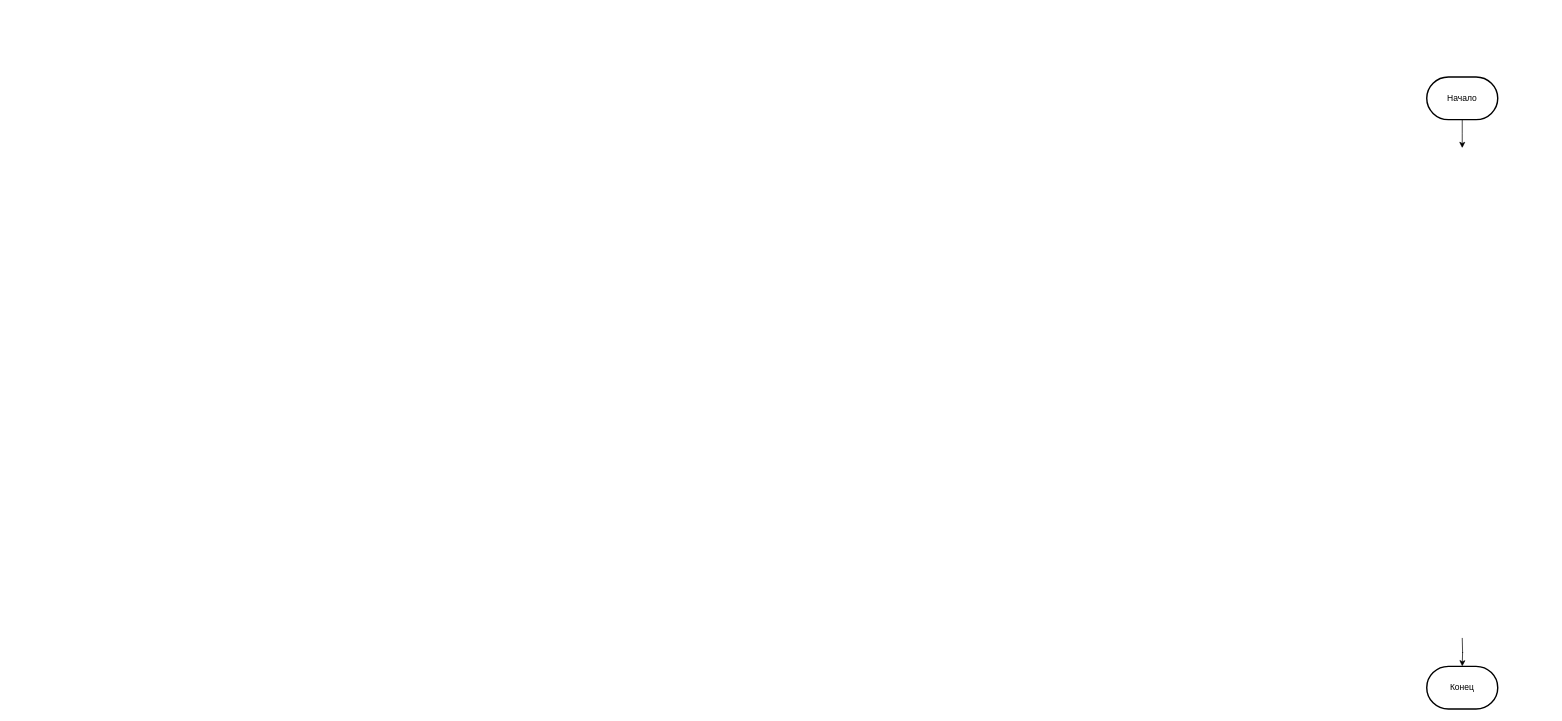
This is TestSQL/Panin_PA.drawio from dyukoffv4/KustKust, a draw.io file, before an edit. Source tidied: cells renumbered, new cells numbered last; positions are measured from the earlier drawing's top-left corner, leaving out a move shared by most shapes. Both pictures are drawn from the tidied source at 71%, with x=0, y=0 at pixel (1426, 77).
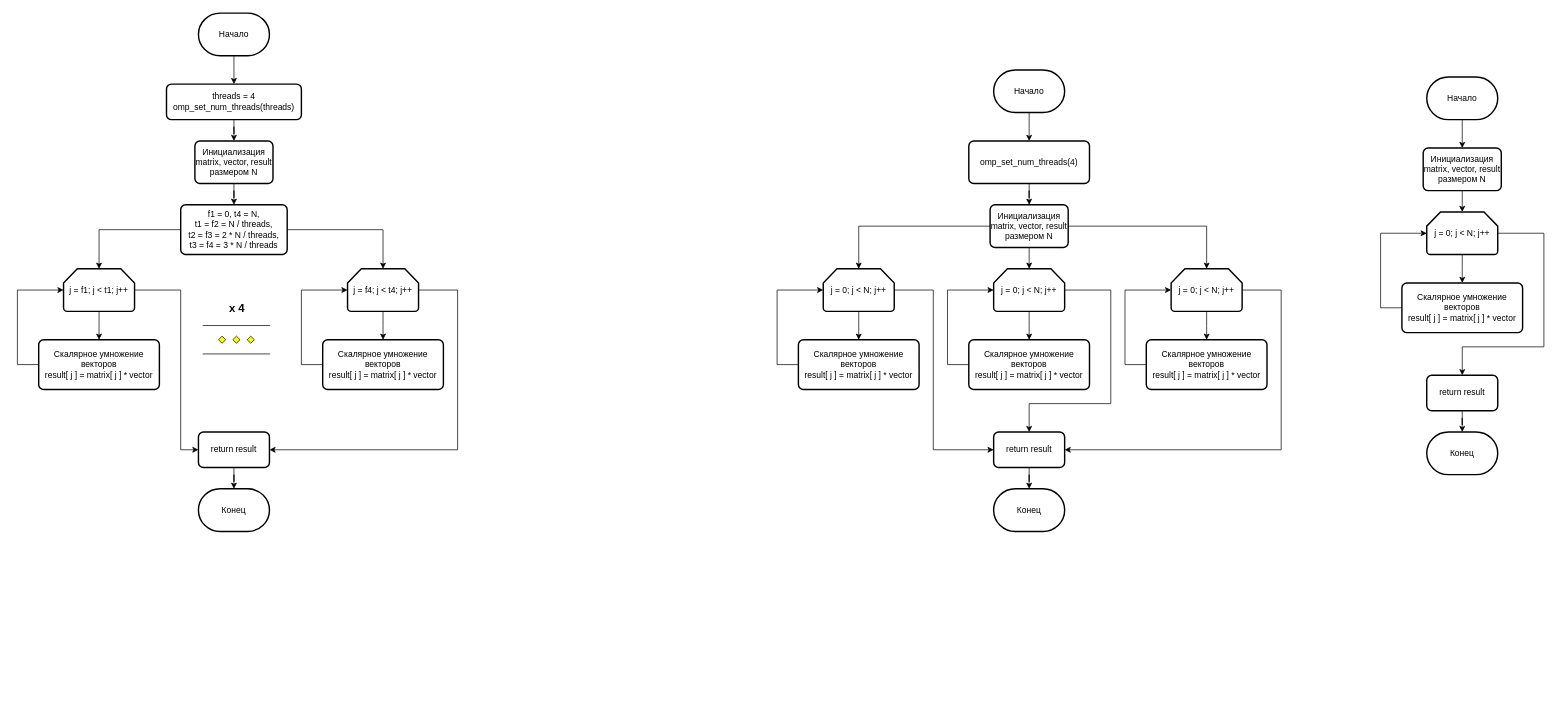
Above is the later version.

The change refers to these unchanged cells:
```xml
<mxCell id="3" value="Начало" style="strokeWidth=2;html=1;shape=mxgraph.flowchart.terminator;whiteSpace=wrap;" parent="1" vertex="1">
  <mxGeometry width="100" height="60" as="geometry" />
</mxCell>
```

Change to the diagram source:
```diff
@@
-    <mxCell id="2" style="edgeStyle=orthogonalEdgeStyle;rounded=0;jettySize=auto;html=1;" parent="1" edge="1" source="3">
-      <mxGeometry relative="1" as="geometry">
-        <mxPoint x="50" y="100" as="targetPoint" />
-      </mxGeometry>
-    </mxCell>
+    <mxCell id="6" style="edgeStyle=orthogonalEdgeStyle;rounded=0;jettySize=auto;html=1;entryX=0.5;entryY=0;entryDx=0;entryDy=0;" parent="1" edge="1" source="3" target="8">
+      <mxGeometry relative="1" as="geometry" />
+    </mxCell>
@@
-    <mxCell id="4" value="Конец" style="strokeWidth=2;html=1;shape=mxgraph.flowchart.terminator;whiteSpace=wrap;" parent="1" vertex="1">
-      <mxGeometry y="830" width="100" height="60" as="geometry" />
-    </mxCell>
-    <mxCell id="5" style="edgeStyle=orthogonalEdgeStyle;rounded=0;orthogonalLoop=1;jettySize=auto;html=1;entryX=0.5;entryY=0;entryDx=0;entryDy=0;entryPerimeter=0;" parent="1" edge="1">
-      <mxGeometry relative="1" as="geometry">
-        <mxPoint x="50" y="790" as="sourcePoint" />
-        <mxPoint x="50" y="830" as="targetPoint" />
-      </mxGeometry>
-    </mxCell>
+    <mxCell id="7" style="edgeStyle=orthogonalEdgeStyle;rounded=0;jettySize=auto;html=1;" parent="1" edge="1" source="8">
+      <mxGeometry relative="1" as="geometry">
+        <mxPoint x="50" y="190" as="targetPoint" />
+      </mxGeometry>
+    </mxCell>
+    <mxCell id="8" value="Инициализация&lt;br&gt;matrix, vector, result размером N" style="rounded=1;whiteSpace=wrap;html=1;absoluteArcSize=1;arcSize=14;strokeWidth=2;" parent="1" vertex="1">
+      <mxGeometry x="-5" y="100" width="110" height="60" as="geometry" />
+    </mxCell>
+    <mxCell id="9" style="edgeStyle=orthogonalEdgeStyle;rounded=0;jettySize=auto;html=1;" parent="1" edge="1" source="11">
+      <mxGeometry relative="1" as="geometry">
+        <mxPoint x="50" y="290" as="targetPoint" />
+      </mxGeometry>
+    </mxCell>
+    <mxCell id="10" style="edgeStyle=orthogonalEdgeStyle;rounded=0;jettySize=auto;html=1;" parent="1" edge="1" source="11">
+      <mxGeometry relative="1" as="geometry">
+        <mxPoint x="50" y="420" as="targetPoint" />
+        <Array as="points">
+          <mxPoint x="165" y="220" />
+          <mxPoint x="165" y="380" />
+          <mxPoint x="50" y="380" />
+        </Array>
+      </mxGeometry>
+    </mxCell>
+    <mxCell id="11" value="j = 0; j &amp;lt; N; j++" style="strokeWidth=2;html=1;shape=mxgraph.flowchart.loop_limit;whiteSpace=wrap;" parent="1" vertex="1">
+      <mxGeometry y="190" width="100" height="60" as="geometry" />
+    </mxCell>
+    <mxCell id="12" value="Скалярное умножение векторов&lt;br&gt;result[ j ] = matrix[ j ] * vector" style="rounded=1;whiteSpace=wrap;html=1;absoluteArcSize=1;arcSize=14;strokeWidth=2;" parent="1" vertex="1">
+      <mxGeometry x="-35" y="290" width="170" height="70" as="geometry" />
+    </mxCell>
+    <mxCell id="13" style="edgeStyle=orthogonalEdgeStyle;rounded=0;jettySize=auto;html=1;entryX=0;entryY=0.5;entryDx=0;entryDy=0;entryPerimeter=0;" parent="1" edge="1" source="12" target="11">
+      <mxGeometry relative="1" as="geometry">
+        <Array as="points">
+          <mxPoint x="-65" y="325" />
+          <mxPoint x="-65" y="220" />
+        </Array>
+      </mxGeometry>
+    </mxCell>
+    <mxCell id="14" value="return result" style="rounded=1;whiteSpace=wrap;html=1;absoluteArcSize=1;arcSize=14;strokeWidth=2;" parent="1" vertex="1">
+      <mxGeometry y="420" width="100" height="50" as="geometry" />
+    </mxCell>
+    <mxCell id="15" value="Конец" style="strokeWidth=2;html=1;shape=mxgraph.flowchart.terminator;whiteSpace=wrap;" parent="1" vertex="1">
+      <mxGeometry y="500" width="100" height="60" as="geometry" />
+    </mxCell>
+    <mxCell id="16" style="edgeStyle=orthogonalEdgeStyle;rounded=0;jettySize=auto;html=1;entryX=0.5;entryY=0;entryDx=0;entryDy=0;entryPerimeter=0;" parent="1" edge="1" source="14" target="15">
+      <mxGeometry relative="1" as="geometry" />
+    </mxCell>
+    <mxCell id="17" style="edgeStyle=orthogonalEdgeStyle;rounded=0;jettySize=auto;html=1;entryX=0.5;entryY=0;entryDx=0;entryDy=0;" parent="1" edge="1" source="18" target="32">
+      <mxGeometry relative="1" as="geometry" />
+    </mxCell>
+    <mxCell id="18" value="Начало" style="strokeWidth=2;html=1;shape=mxgraph.flowchart.terminator;whiteSpace=wrap;" parent="1" vertex="1">
+      <mxGeometry x="-610" y="-10" width="100" height="60" as="geometry" />
+    </mxCell>
+    <mxCell id="19" style="edgeStyle=orthogonalEdgeStyle;rounded=0;jettySize=auto;html=1;" parent="1" edge="1" source="22">
+      <mxGeometry relative="1" as="geometry">
+        <mxPoint x="-560" y="270" as="targetPoint" />
+      </mxGeometry>
+    </mxCell>
+    <mxCell id="20" style="edgeStyle=orthogonalEdgeStyle;rounded=0;jettySize=auto;html=1;" parent="1" edge="1" source="22" target="35">
+      <mxGeometry relative="1" as="geometry" />
+    </mxCell>
+    <mxCell id="21" style="edgeStyle=orthogonalEdgeStyle;rounded=0;jettySize=auto;html=1;" parent="1" edge="1" source="22" target="40">
+      <mxGeometry relative="1" as="geometry" />
+    </mxCell>
+    <mxCell id="22" value="Инициализация&lt;br&gt;matrix, vector, result размером N" style="rounded=1;whiteSpace=wrap;html=1;absoluteArcSize=1;arcSize=14;strokeWidth=2;" parent="1" vertex="1">
+      <mxGeometry x="-615" y="180" width="110" height="60" as="geometry" />
+    </mxCell>
+    <mxCell id="23" style="edgeStyle=orthogonalEdgeStyle;rounded=0;jettySize=auto;html=1;" parent="1" edge="1" source="25">
+      <mxGeometry relative="1" as="geometry">
+        <mxPoint x="-560" y="370" as="targetPoint" />
+      </mxGeometry>
+    </mxCell>
+    <mxCell id="24" style="edgeStyle=orthogonalEdgeStyle;rounded=0;jettySize=auto;html=1;" parent="1" edge="1" source="25">
+      <mxGeometry relative="1" as="geometry">
+        <mxPoint x="-560" y="500" as="targetPoint" />
+        <Array as="points">
+          <mxPoint x="-445" y="300" />
+          <mxPoint x="-445" y="460" />
+          <mxPoint x="-560" y="460" />
+        </Array>
+      </mxGeometry>
+    </mxCell>
+    <mxCell id="25" value="j = 0; j &amp;lt; N; j++" style="strokeWidth=2;html=1;shape=mxgraph.flowchart.loop_limit;whiteSpace=wrap;" parent="1" vertex="1">
+      <mxGeometry x="-610" y="270" width="100" height="60" as="geometry" />
+    </mxCell>
+    <mxCell id="26" value="Скалярное умножение векторов&lt;br&gt;result[ j ] = matrix[ j ] * vector" style="rounded=1;whiteSpace=wrap;html=1;absoluteArcSize=1;arcSize=14;strokeWidth=2;" parent="1" vertex="1">
+      <mxGeometry x="-645" y="370" width="170" height="70" as="geometry" />
+    </mxCell>
+    <mxCell id="27" style="edgeStyle=orthogonalEdgeStyle;rounded=0;jettySize=auto;html=1;entryX=0;entryY=0.5;entryDx=0;entryDy=0;entryPerimeter=0;" parent="1" edge="1" source="26" target="25">
+      <mxGeometry relative="1" as="geometry">
+        <Array as="points">
+          <mxPoint x="-675" y="405" />
+          <mxPoint x="-675" y="300" />
+        </Array>
+      </mxGeometry>
+    </mxCell>
+    <mxCell id="28" value="return result" style="rounded=1;whiteSpace=wrap;html=1;absoluteArcSize=1;arcSize=14;strokeWidth=2;" parent="1" vertex="1">
+      <mxGeometry x="-610" y="500" width="100" height="50" as="geometry" />
+    </mxCell>
+    <mxCell id="29" value="Конец" style="strokeWidth=2;html=1;shape=mxgraph.flowchart.terminator;whiteSpace=wrap;" parent="1" vertex="1">
+      <mxGeometry x="-610" y="580" width="100" height="60" as="geometry" />
+    </mxCell>
+    <mxCell id="30" style="edgeStyle=orthogonalEdgeStyle;rounded=0;jettySize=auto;html=1;entryX=0.5;entryY=0;entryDx=0;entryDy=0;entryPerimeter=0;" parent="1" edge="1" source="28" target="29">
+      <mxGeometry relative="1" as="geometry" />
+    </mxCell>
+    <mxCell id="31" style="edgeStyle=orthogonalEdgeStyle;rounded=0;jettySize=auto;html=1;" parent="1" edge="1" source="32" target="22">
+      <mxGeometry relative="1" as="geometry" />
+    </mxCell>
+    <mxCell id="32" value="omp_set_num_threads(4)" style="rounded=1;whiteSpace=wrap;html=1;absoluteArcSize=1;arcSize=14;strokeWidth=2;" parent="1" vertex="1">
+      <mxGeometry x="-645" y="90" width="170" height="60" as="geometry" />
+    </mxCell>
+    <mxCell id="33" style="edgeStyle=orthogonalEdgeStyle;rounded=0;jettySize=auto;html=1;" parent="1" edge="1" source="35">
+      <mxGeometry relative="1" as="geometry">
+        <mxPoint x="-800" y="370" as="targetPoint" />
+      </mxGeometry>
+    </mxCell>
+    <mxCell id="34" style="edgeStyle=orthogonalEdgeStyle;rounded=0;jettySize=auto;html=1;entryX=0;entryY=0.5;entryDx=0;entryDy=0;" parent="1" edge="1" source="35" target="28">
+      <mxGeometry relative="1" as="geometry">
+        <Array as="points">
+          <mxPoint x="-695" y="300" />
+          <mxPoint x="-695" y="525" />
+        </Array>
+      </mxGeometry>
+    </mxCell>
+    <mxCell id="35" value="j = 0; j &amp;lt; N; j++" style="strokeWidth=2;html=1;shape=mxgraph.flowchart.loop_limit;whiteSpace=wrap;" parent="1" vertex="1">
+      <mxGeometry x="-850" y="270" width="100" height="60" as="geometry" />
+    </mxCell>
+    <mxCell id="36" value="Скалярное умножение векторов&lt;br&gt;result[ j ] = matrix[ j ] * vector" style="rounded=1;whiteSpace=wrap;html=1;absoluteArcSize=1;arcSize=14;strokeWidth=2;" parent="1" vertex="1">
+      <mxGeometry x="-885" y="370" width="170" height="70" as="geometry" />
+    </mxCell>
+    <mxCell id="37" style="edgeStyle=orthogonalEdgeStyle;rounded=0;jettySize=auto;html=1;entryX=0;entryY=0.5;entryDx=0;entryDy=0;entryPerimeter=0;" parent="1" edge="1" source="36" target="35">
+      <mxGeometry relative="1" as="geometry">
+        <Array as="points">
+          <mxPoint x="-915" y="405" />
+          <mxPoint x="-915" y="300" />
+        </Array>
+      </mxGeometry>
+    </mxCell>
+    <mxCell id="38" style="edgeStyle=orthogonalEdgeStyle;rounded=0;jettySize=auto;html=1;" parent="1" edge="1" source="40">
+      <mxGeometry relative="1" as="geometry">
+        <mxPoint x="-310" y="370" as="targetPoint" />
+      </mxGeometry>
+    </mxCell>
+    <mxCell id="39" style="edgeStyle=orthogonalEdgeStyle;rounded=0;jettySize=auto;html=1;entryX=1;entryY=0.5;entryDx=0;entryDy=0;" parent="1" edge="1" source="40" target="28">
+      <mxGeometry relative="1" as="geometry">
+        <Array as="points">
+          <mxPoint x="-205" y="300" />
+          <mxPoint x="-205" y="525" />
+        </Array>
+      </mxGeometry>
+    </mxCell>
+    <mxCell id="40" value="j = 0; j &amp;lt; N; j++" style="strokeWidth=2;html=1;shape=mxgraph.flowchart.loop_limit;whiteSpace=wrap;" parent="1" vertex="1">
+      <mxGeometry x="-360" y="270" width="100" height="60" as="geometry" />
+    </mxCell>
+    <mxCell id="41" value="Скалярное умножение векторов&lt;br&gt;result[ j ] = matrix[ j ] * vector" style="rounded=1;whiteSpace=wrap;html=1;absoluteArcSize=1;arcSize=14;strokeWidth=2;" parent="1" vertex="1">
+      <mxGeometry x="-395" y="370" width="170" height="70" as="geometry" />
+    </mxCell>
+    <mxCell id="42" style="edgeStyle=orthogonalEdgeStyle;rounded=0;jettySize=auto;html=1;entryX=0;entryY=0.5;entryDx=0;entryDy=0;entryPerimeter=0;" parent="1" edge="1" source="41" target="40">
+      <mxGeometry relative="1" as="geometry">
+        <Array as="points">
+          <mxPoint x="-425" y="405" />
+          <mxPoint x="-425" y="300" />
+        </Array>
+      </mxGeometry>
+    </mxCell>
+    <mxCell id="43" style="edgeStyle=orthogonalEdgeStyle;rounded=0;jettySize=auto;html=1;entryX=0.5;entryY=0;entryDx=0;entryDy=0;" parent="1" edge="1" source="44" target="52">
+      <mxGeometry relative="1" as="geometry" />
+    </mxCell>
+    <mxCell id="44" value="Начало" style="strokeWidth=2;html=1;shape=mxgraph.flowchart.terminator;whiteSpace=wrap;" parent="1" vertex="1">
+      <mxGeometry x="-1730" y="-90" width="100" height="60" as="geometry" />
+    </mxCell>
+    <mxCell id="45" style="edgeStyle=orthogonalEdgeStyle;rounded=0;jettySize=auto;html=1;" parent="1" edge="1" source="47" target="55">
+      <mxGeometry relative="1" as="geometry" />
+    </mxCell>
+    <mxCell id="46" style="edgeStyle=orthogonalEdgeStyle;rounded=0;jettySize=auto;html=1;" parent="1" edge="1" source="47" target="60">
+      <mxGeometry relative="1" as="geometry" />
+    </mxCell>
+    <mxCell id="47" value="f1 = 0, t4 = N,&lt;br&gt;t1 = f2 = N / threads,&lt;br&gt;t2 = f3 = 2 * N / threads,&lt;br&gt;t3 = f4 = 3 * N / threads" style="rounded=1;whiteSpace=wrap;html=1;absoluteArcSize=1;arcSize=14;strokeWidth=2;" parent="1" vertex="1">
+      <mxGeometry x="-1755" y="180" width="150" height="70" as="geometry" />
+    </mxCell>
+    <mxCell id="48" value="return result" style="rounded=1;whiteSpace=wrap;html=1;absoluteArcSize=1;arcSize=14;strokeWidth=2;" parent="1" vertex="1">
+      <mxGeometry x="-1730" y="500" width="100" height="50" as="geometry" />
+    </mxCell>
+    <mxCell id="49" value="Конец" style="strokeWidth=2;html=1;shape=mxgraph.flowchart.terminator;whiteSpace=wrap;" parent="1" vertex="1">
+      <mxGeometry x="-1730" y="580" width="100" height="60" as="geometry" />
+    </mxCell>
+    <mxCell id="50" style="edgeStyle=orthogonalEdgeStyle;rounded=0;jettySize=auto;html=1;entryX=0.5;entryY=0;entryDx=0;entryDy=0;entryPerimeter=0;" parent="1" edge="1" source="48" target="49">
+      <mxGeometry relative="1" as="geometry" />
+    </mxCell>
+    <mxCell id="51" style="edgeStyle=orthogonalEdgeStyle;rounded=0;jettySize=auto;html=1;entryX=0.5;entryY=0;entryDx=0;entryDy=0;" parent="1" edge="1" source="52" target="66">
+      <mxGeometry relative="1" as="geometry" />
+    </mxCell>
+    <mxCell id="52" value="threads = 4&lt;br&gt;omp_set_num_threads(threads)" style="rounded=1;whiteSpace=wrap;html=1;absoluteArcSize=1;arcSize=14;strokeWidth=2;" parent="1" vertex="1">
+      <mxGeometry x="-1775" y="10" width="190" height="50" as="geometry" />
+    </mxCell>
+    <mxCell id="53" style="edgeStyle=orthogonalEdgeStyle;rounded=0;jettySize=auto;html=1;" parent="1" edge="1" source="55">
+      <mxGeometry relative="1" as="geometry">
+        <mxPoint x="-1870" y="370" as="targetPoint" />
+      </mxGeometry>
+    </mxCell>
+    <mxCell id="54" style="edgeStyle=orthogonalEdgeStyle;rounded=0;jettySize=auto;html=1;entryX=0;entryY=0.5;entryDx=0;entryDy=0;" parent="1" edge="1" source="55" target="48">
+      <mxGeometry relative="1" as="geometry">
+        <Array as="points">
+          <mxPoint x="-1755" y="300" />
+          <mxPoint x="-1755" y="525" />
+        </Array>
+      </mxGeometry>
+    </mxCell>
+    <mxCell id="55" value="j = f1; j &amp;lt; t1; j++" style="strokeWidth=2;html=1;shape=mxgraph.flowchart.loop_limit;whiteSpace=wrap;" parent="1" vertex="1">
+      <mxGeometry x="-1920" y="270" width="100" height="60" as="geometry" />
+    </mxCell>
+    <mxCell id="56" value="Скалярное умножение векторов&lt;br&gt;result[ j ] = matrix[ j ] * vector" style="rounded=1;whiteSpace=wrap;html=1;absoluteArcSize=1;arcSize=14;strokeWidth=2;" parent="1" vertex="1">
+      <mxGeometry x="-1955" y="370" width="170" height="70" as="geometry" />
+    </mxCell>
+    <mxCell id="57" style="edgeStyle=orthogonalEdgeStyle;rounded=0;jettySize=auto;html=1;entryX=0;entryY=0.5;entryDx=0;entryDy=0;entryPerimeter=0;" parent="1" edge="1" source="56" target="55">
+      <mxGeometry relative="1" as="geometry">
+        <Array as="points">
+          <mxPoint x="-1985" y="405" />
+          <mxPoint x="-1985" y="300" />
+        </Array>
+      </mxGeometry>
+    </mxCell>
+    <mxCell id="58" style="edgeStyle=orthogonalEdgeStyle;rounded=0;jettySize=auto;html=1;" parent="1" edge="1" source="60">
+      <mxGeometry relative="1" as="geometry">
+        <mxPoint x="-1470" y="370" as="targetPoint" />
+      </mxGeometry>
+    </mxCell>
+    <mxCell id="59" style="edgeStyle=orthogonalEdgeStyle;rounded=0;jettySize=auto;html=1;entryX=1;entryY=0.5;entryDx=0;entryDy=0;" parent="1" edge="1" source="60" target="48">
+      <mxGeometry relative="1" as="geometry">
+        <Array as="points">
+          <mxPoint x="-1365" y="300" />
+          <mxPoint x="-1365" y="525" />
+        </Array>
+      </mxGeometry>
+    </mxCell>
+    <mxCell id="60" value="j = f4; j &amp;lt; t4; j++" style="strokeWidth=2;html=1;shape=mxgraph.flowchart.loop_limit;whiteSpace=wrap;" parent="1" vertex="1">
+      <mxGeometry x="-1520" y="270" width="100" height="60" as="geometry" />
+    </mxCell>
+    <mxCell id="61" value="Скалярное умножение векторов&lt;br&gt;result[ j ] = matrix[ j ] * vector" style="rounded=1;whiteSpace=wrap;html=1;absoluteArcSize=1;arcSize=14;strokeWidth=2;" parent="1" vertex="1">
+      <mxGeometry x="-1555" y="370" width="170" height="70" as="geometry" />
+    </mxCell>
+    <mxCell id="62" style="edgeStyle=orthogonalEdgeStyle;rounded=0;jettySize=auto;html=1;entryX=0;entryY=0.5;entryDx=0;entryDy=0;entryPerimeter=0;" parent="1" edge="1" source="61" target="60">
+      <mxGeometry relative="1" as="geometry">
+        <Array as="points">
+          <mxPoint x="-1585" y="405" />
+          <mxPoint x="-1585" y="300" />
+        </Array>
+      </mxGeometry>
+    </mxCell>
+    <mxCell id="63" style="verticalLabelPosition=bottom;verticalAlign=top;html=1;shape=mxgraph.flowchart.parallel_mode;" parent="1" vertex="1">
+      <mxGeometry x="-1724" y="350" width="95" height="40" as="geometry" />
+    </mxCell>
+    <mxCell id="64" value="&lt;font style=&quot;font-size: 16px;&quot;&gt;&lt;b&gt;x 4&lt;/b&gt;&lt;/font&gt;" style="text;html=1;align=center;verticalAlign=middle;strokeColor=none;fillColor=none;" parent="1" vertex="1">
+      <mxGeometry x="-1701.5" y="310" width="50" height="30" as="geometry" />
+    </mxCell>
+    <mxCell id="65" style="edgeStyle=orthogonalEdgeStyle;rounded=0;jettySize=auto;html=1;entryX=0.5;entryY=0;entryDx=0;entryDy=0;" parent="1" edge="1" source="66" target="47">
+      <mxGeometry relative="1" as="geometry" />
+    </mxCell>
+    <mxCell id="66" value="Инициализация&lt;br&gt;matrix, vector, result размером N" style="rounded=1;whiteSpace=wrap;html=1;absoluteArcSize=1;arcSize=14;strokeWidth=2;" parent="1" vertex="1">
+      <mxGeometry x="-1735" y="90" width="110" height="60" as="geometry" />
+    </mxCell>
```
